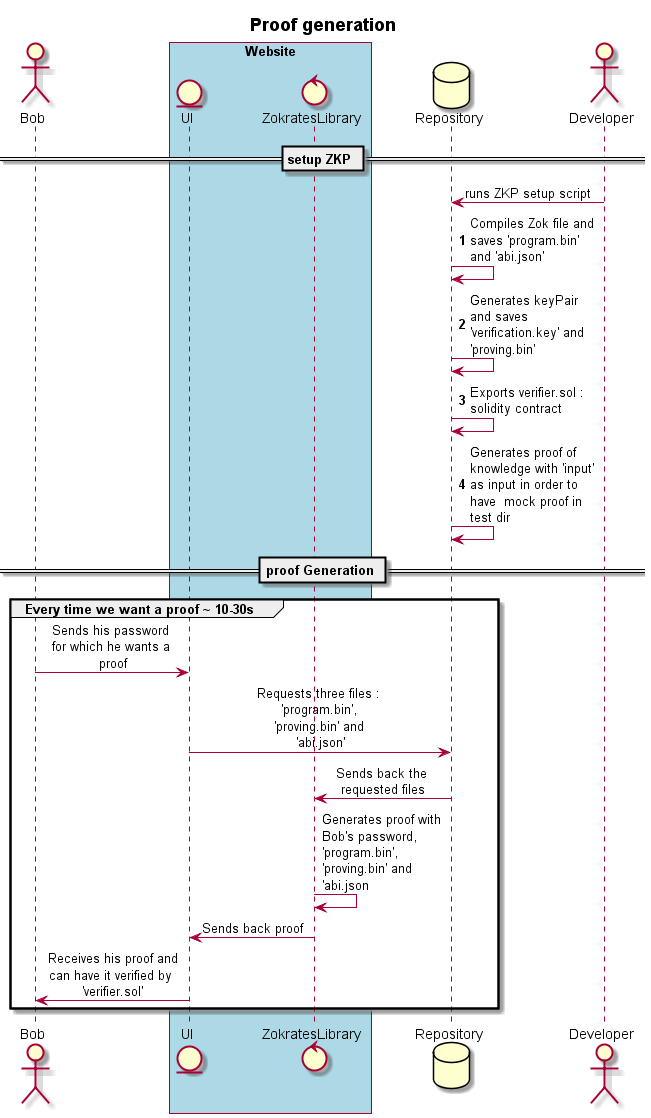
Above: docs/plantUML_diagrams/en/proofGeneration.png in AymericNoel/POC_OCTO_ZKP (PlantUML), before the change. Its diagram source:
```plantuml
@startuml proofGeneration
title **Proof generation**
skinparam sequenceMessageAlign center
skinparam maxMessageSize 130
actor Bob
box "Website" #LightBlue
entity UI
control ZokratesLibrary
end box
database Repository
actor Developer

== setup ZKP ==
Developer -> Repository: runs ZKP setup script
autonumber
Repository-> Repository : Compiles Zok file and saves 'program.bin' and 'abi.json'
Repository -> Repository: Generates keyPair and saves 'verification.key' and 'proving.bin'
Repository -> Repository: Exports verifier.sol : solidity contract
Repository-> Repository: Generates proof of knowledge with 'input' as input in order to have  mock proof in test dir
autonumber stop
== proof Generation ==
group Every time we want a proof ~ 10-30s
Bob -> UI: Sends his password for which he wants a proof
UI-> Repository: Requests three files : 'program.bin', 'proving.bin' and 'abi.json'
Repository-> ZokratesLibrary: Sends back the requested files
ZokratesLibrary -> ZokratesLibrary: Generates proof with Bob's password, 'program.bin', 'proving.bin' and 'abi.json
ZokratesLibrary -> UI : Sends back proof
UI -> Bob: Receives his proof and can have it verified by 'verifier.sol'
end

@enduml
```
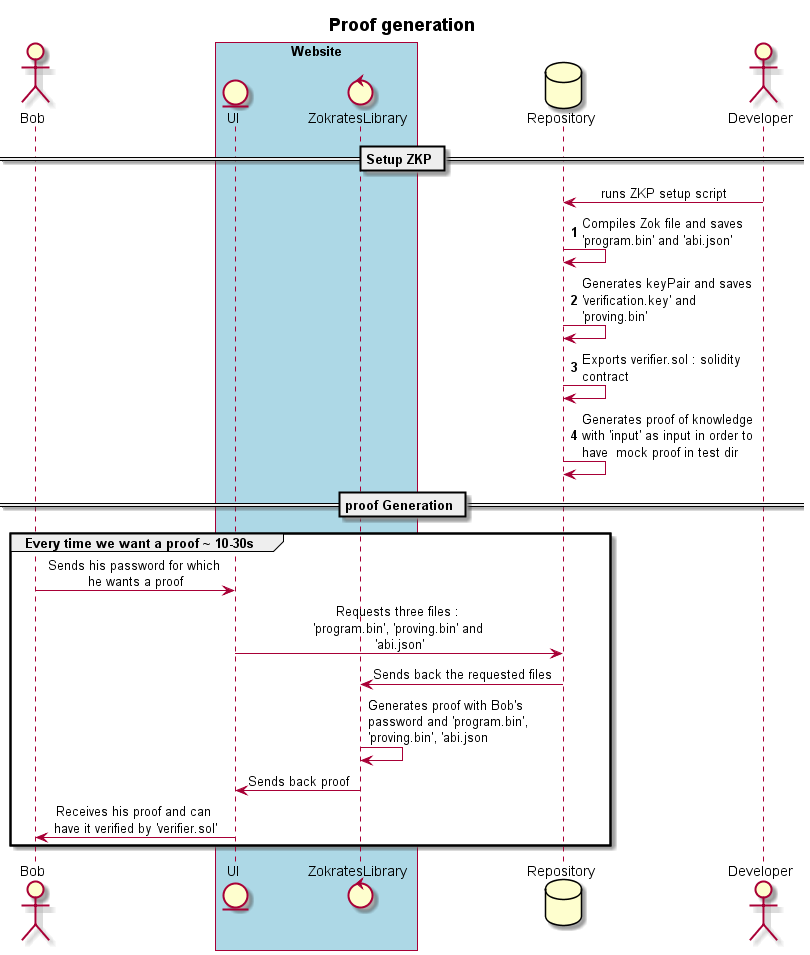
The same diagram one commit later.

Change to the diagram source:
```diff
@@ -1,7 +1,7 @@
 @startuml proofGeneration
 title **Proof generation**
 skinparam sequenceMessageAlign center
-skinparam maxMessageSize 130
+skinparam maxMessageSize 180
 actor Bob
 box "Website" #LightBlue
 entity UI
@@ -10,7 +10,7 @@
 database Repository
 actor Developer
 
-== setup ZKP ==
+== Setup ZKP ==
 Developer -> Repository: runs ZKP setup script
 autonumber
 Repository-> Repository : Compiles Zok file and saves 'program.bin' and 'abi.json'
@@ -23,7 +23,7 @@
 Bob -> UI: Sends his password for which he wants a proof
 UI-> Repository: Requests three files : 'program.bin', 'proving.bin' and 'abi.json'
 Repository-> ZokratesLibrary: Sends back the requested files
-ZokratesLibrary -> ZokratesLibrary: Generates proof with Bob's password, 'program.bin', 'proving.bin' and 'abi.json
+ZokratesLibrary -> ZokratesLibrary: Generates proof with Bob's password and 'program.bin', 'proving.bin', 'abi.json
 ZokratesLibrary -> UI : Sends back proof
 UI -> Bob: Receives his proof and can have it verified by 'verifier.sol'
 end
```
